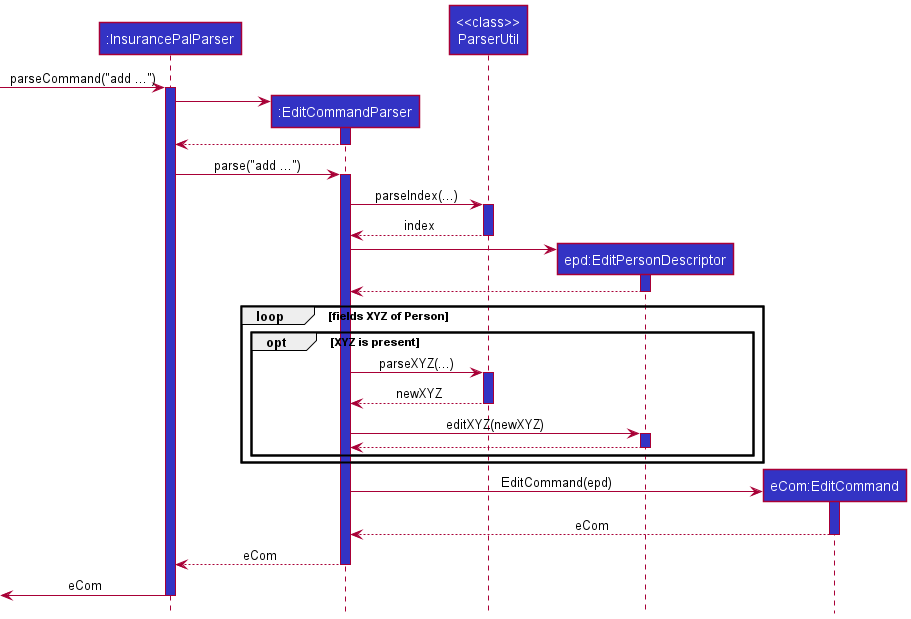
Above: docs/images/EditCommandSequenceDiagram.png in nus-cs2103-AY2122S1/tp (PlantUML), before the change.
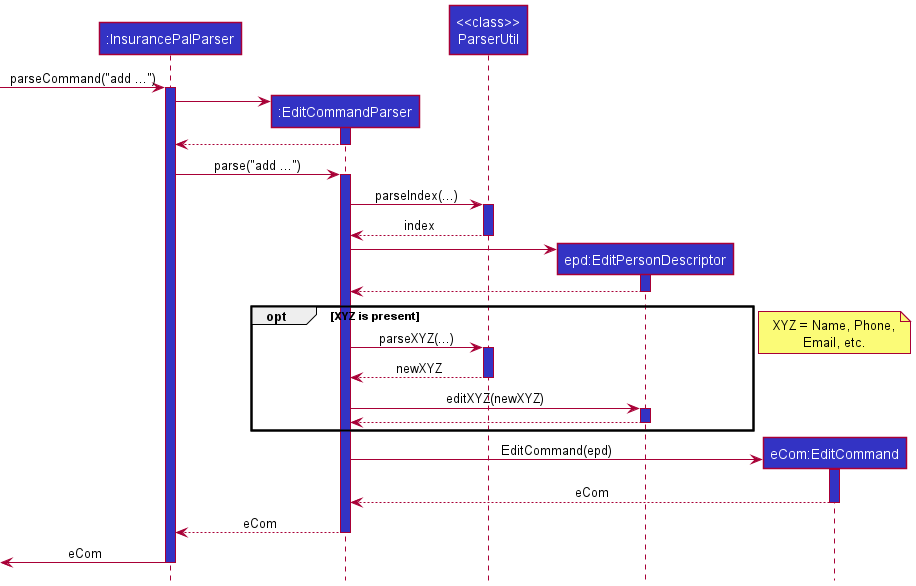
The same file after the commit.

What changed in the source:
```diff
@@ -22,16 +22,18 @@
 EditCommandParser -> EditPersonDescriptor
 activate EditPersonDescriptor LOGIC_COLOR
 return
-loop fields XYZ of Person
-    opt XYZ is present
-        EditCommandParser -> ParserUtil : parseXYZ(...)
-        activate ParserUtil LOGIC_COLOR
-        return newXYZ
-        EditCommandParser -> EditPersonDescriptor : editXYZ(newXYZ)
-        activate EditPersonDescriptor LOGIC_COLOR
-        return
-    end alt
-end loop
+opt XYZ is present
+    EditCommandParser -> ParserUtil : parseXYZ(...)
+    activate ParserUtil LOGIC_COLOR
+    return newXYZ
+    EditCommandParser -> EditPersonDescriptor : editXYZ(newXYZ)
+    activate EditPersonDescriptor LOGIC_COLOR
+    return
+end alt
+note left
+XYZ = Name, Phone,
+Email, etc.
+end note
 create EditCommand
 EditCommandParser -> EditCommand : EditCommand(epd)
 activate EditCommand LOGIC_COLOR
```
